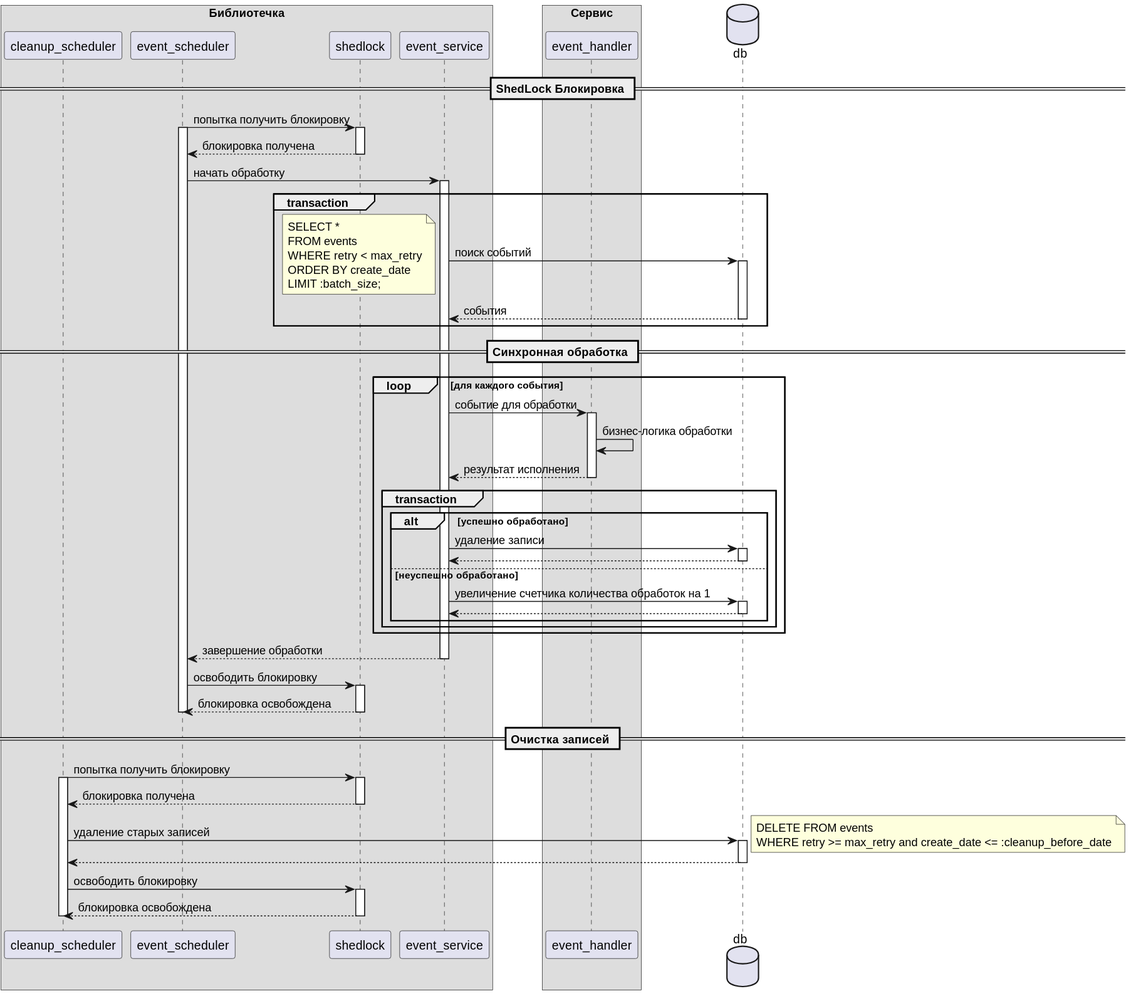
The PlantUML diagram out/result_processing/processing.svg in laym0n/eventhandling, before a commit.
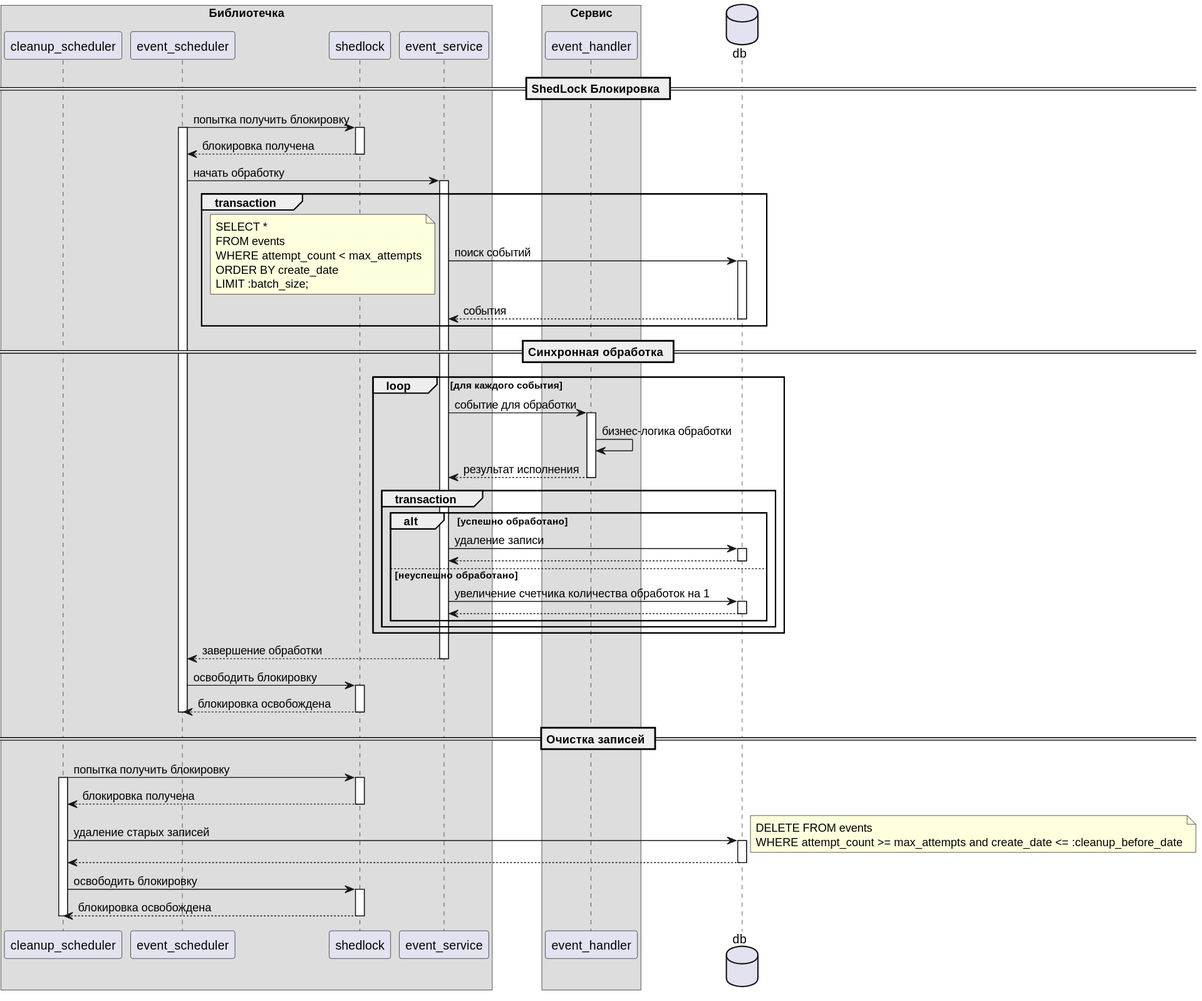
After the change.

Diff of the diagram source:
```diff
@@ -29,7 +29,7 @@
     note left
         SELECT *
         FROM events
-        WHERE retry < max_retry
+        WHERE attempt_count < max_attempts
         ORDER BY create_date
         LIMIT :batch_size;
     end note
@@ -85,7 +85,7 @@
 cleanup_scheduler -> db : удаление старых записей
 note right
     DELETE FROM events
-    WHERE retry >= max_retry and create_date <= :cleanup_before_date
+    WHERE attempt_count >= max_attempts and create_date <= :cleanup_before_date
 end note
 activate db
 db --> cleanup_scheduler
```
